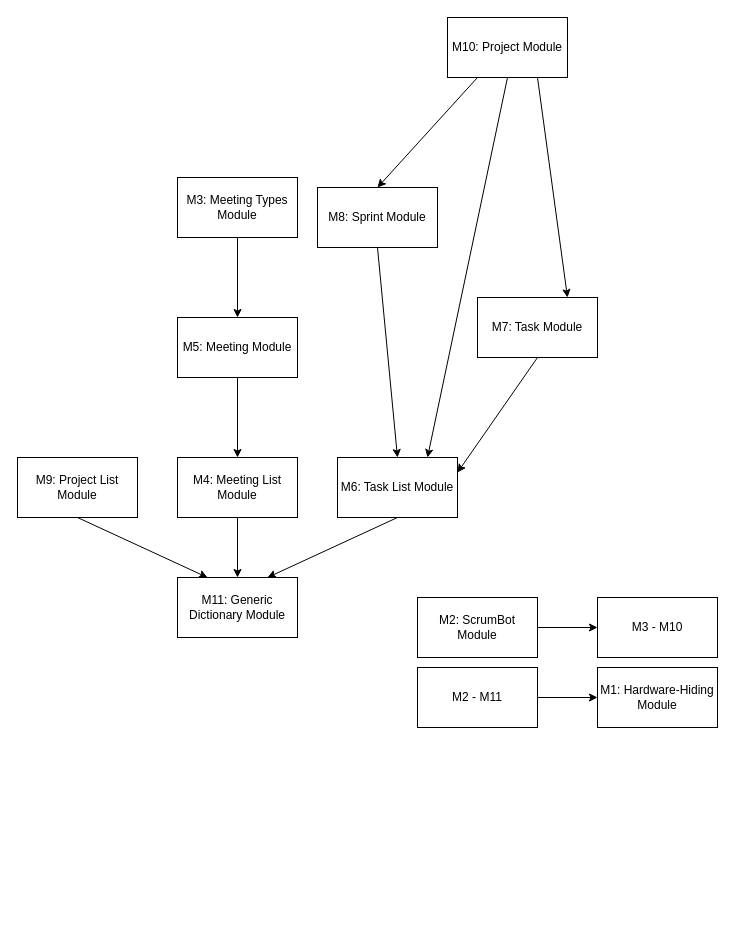
Above: Doc/Design/MG/UsesHierarchy.drawio in arkinmodi/ScrumBot (draw.io), before the change. Source tidied: cells renumbered, new cells numbered last; positions are measured from the earlier drawing's top-left corner, leaving out a move shared by most shapes. Both pictures are drawn from the tidied source at 100%, with x=0, y=0 at pixel (17, 17).
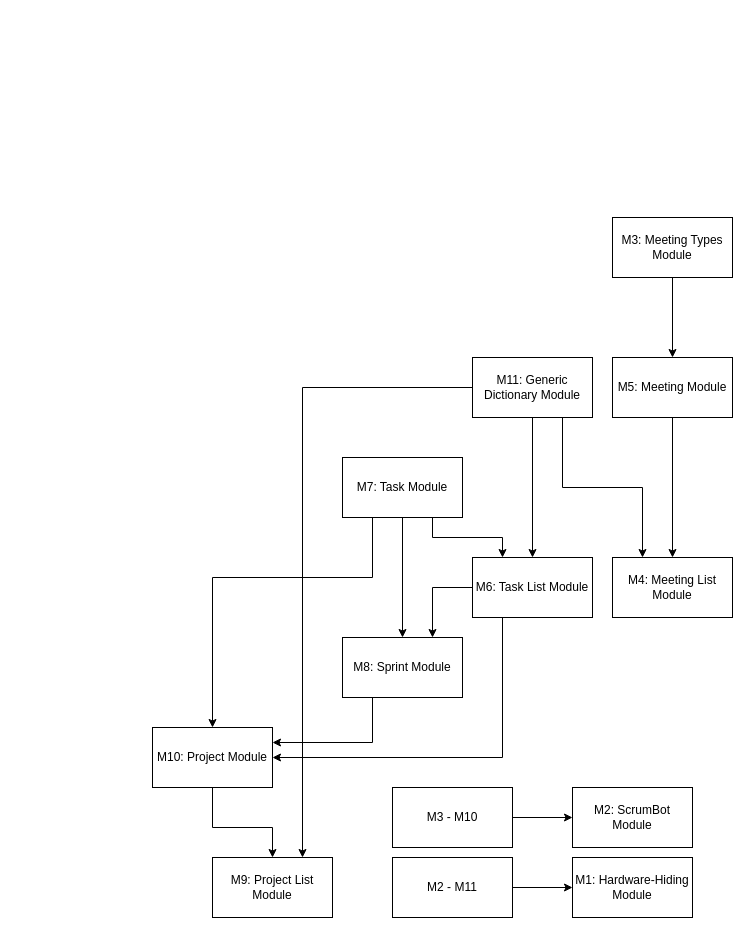
The same page after the edit.

Commit message (it also covers changes not shown here):
Updated uses hierarchy diagram

Change to the diagram source:
```diff
@@
     <mxCell id="2" value="M3: Meeting Types Module" style="rounded=0;whiteSpace=wrap;html=1;" parent="1" vertex="1">
-      <mxGeometry x="160" y="160" width="120" height="60" as="geometry" />
+      <mxGeometry x="595" y="200" width="120" height="60" as="geometry" />
     </mxCell>
     <mxCell id="3" value="M1: Hardware-Hiding Module" style="rounded=0;whiteSpace=wrap;html=1;" parent="1" vertex="1">
-      <mxGeometry x="580" y="650" width="120" height="60" as="geometry" />
+      <mxGeometry x="555" y="840" width="120" height="60" as="geometry" />
     </mxCell>
     <mxCell id="4" value="M4: Meeting List Module" style="rounded=0;whiteSpace=wrap;html=1;" parent="1" vertex="1">
-      <mxGeometry x="160" y="440" width="120" height="60" as="geometry" />
+      <mxGeometry x="595" y="540" width="120" height="60" as="geometry" />
     </mxCell>
     <mxCell id="5" value="M5: Meeting Module" style="rounded=0;whiteSpace=wrap;html=1;" parent="1" vertex="1">
-      <mxGeometry x="160" y="300" width="120" height="60" as="geometry" />
+      <mxGeometry x="595" y="340" width="120" height="60" as="geometry" />
     </mxCell>
-    <mxCell id="6" value="M6: Task List Module" style="rounded=0;whiteSpace=wrap;html=1;" parent="1" vertex="1">
-      <mxGeometry x="320" y="440" width="120" height="60" as="geometry" />
-    </mxCell>
-    <mxCell id="7" value="M7: Task Module" style="rounded=0;whiteSpace=wrap;html=1;" parent="1" vertex="1">
-      <mxGeometry x="460" y="280" width="120" height="60" as="geometry" />
-    </mxCell>
-    <mxCell id="8" value="M8: Sprint Module" style="rounded=0;whiteSpace=wrap;html=1;" parent="1" vertex="1">
-      <mxGeometry x="300" y="170" width="120" height="60" as="geometry" />
-    </mxCell>
     <mxCell id="9" value="M9: Project List Module" style="rounded=0;whiteSpace=wrap;html=1;" parent="1" vertex="1">
-      <mxGeometry y="440" width="120" height="60" as="geometry" />
+      <mxGeometry x="195" y="840" width="120" height="60" as="geometry" />
     </mxCell>
-    <mxCell id="10" value="M10: Project Module" style="rounded=0;whiteSpace=wrap;html=1;" parent="1" vertex="1">
-      <mxGeometry x="430" width="120" height="60" as="geometry" />
-    </mxCell>
     <mxCell id="11" value="M11: Generic Dictionary Module" style="rounded=0;whiteSpace=wrap;html=1;" parent="1" vertex="1">
-      <mxGeometry x="160" y="560" width="120" height="60" as="geometry" />
+      <mxGeometry x="455" y="340" width="120" height="60" as="geometry" />
     </mxCell>
-    <mxCell id="12" style="endArrow=classic;html=1;entryX=0.5;entryY=0;entryDx=0;entryDy=0;exitX=0.5;exitY=1;exitDx=0;exitDy=0;" parent="1" edge="1" source="4" target="11">
-      <mxGeometry relative="1" as="geometry" />
-    </mxCell>
-    <mxCell id="13" style="endArrow=classic;html=1;entryX=0.75;entryY=0;entryDx=0;entryDy=0;exitX=0.5;exitY=1;exitDx=0;exitDy=0;" parent="1" edge="1" source="6" target="11">
-      <mxGeometry relative="1" as="geometry" />
-    </mxCell>
-    <mxCell id="14" style="endArrow=classic;html=1;exitX=0.5;exitY=1;exitDx=0;exitDy=0;entryX=0.5;entryY=0;entryDx=0;entryDy=0;" parent="1" edge="1" source="8" target="6">
-      <mxGeometry relative="1" as="geometry" />
-    </mxCell>
-    <mxCell id="15" style="endArrow=classic;html=1;exitX=0.5;exitY=1;exitDx=0;exitDy=0;entryX=0.25;entryY=0;entryDx=0;entryDy=0;" parent="1" edge="1" source="9" target="11">
-      <mxGeometry relative="1" as="geometry" />
-    </mxCell>
-    <mxCell id="16" style="endArrow=classic;html=1;exitX=0.25;exitY=1;exitDx=0;exitDy=0;entryX=0.5;entryY=0;entryDx=0;entryDy=0;" parent="1" edge="1" source="10" target="8">
-      <mxGeometry relative="1" as="geometry" />
-    </mxCell>
-    <mxCell id="17" style="endArrow=classic;html=1;exitX=0.75;exitY=1;exitDx=0;exitDy=0;entryX=0.75;entryY=0;entryDx=0;entryDy=0;" parent="1" edge="1" source="10" target="7">
-      <mxGeometry relative="1" as="geometry" />
-    </mxCell>
@@
-    <mxCell id="20" style="endArrow=classic;html=1;exitX=0.5;exitY=1;exitDx=0;exitDy=0;entryX=1;entryY=0.25;entryDx=0;entryDy=0;" parent="1" edge="1" source="7" target="6">
-      <mxGeometry relative="1" as="geometry" />
-    </mxCell>
-    <mxCell id="21" style="endArrow=classic;html=1;exitX=0.5;exitY=1;exitDx=0;exitDy=0;entryX=0.75;entryY=0;entryDx=0;entryDy=0;" parent="1" edge="1" source="10" target="6">
-      <mxGeometry relative="1" as="geometry" />
-    </mxCell>
@@
     <mxCell id="23" value="M2 - M11" style="rounded=0;whiteSpace=wrap;html=1;" parent="1" vertex="1">
-      <mxGeometry x="400" y="650" width="120" height="60" as="geometry" />
+      <mxGeometry x="375" y="840" width="120" height="60" as="geometry" />
     </mxCell>
-    <mxCell id="24" value="M2: ScrumBot Module" style="rounded=0;whiteSpace=wrap;html=1;" parent="1" vertex="1">
-      <mxGeometry x="400" y="580" width="120" height="60" as="geometry" />
+    <mxCell id="24" value="M3 - M10" style="rounded=0;whiteSpace=wrap;html=1;" parent="1" vertex="1">
+      <mxGeometry x="375" y="770" width="120" height="60" as="geometry" />
     </mxCell>
@@
-    <mxCell id="26" value="M3 - M10" style="rounded=0;whiteSpace=wrap;html=1;" parent="1" vertex="1">
-      <mxGeometry x="580" y="580" width="120" height="60" as="geometry" />
+    <mxCell id="26" value="&lt;span style=&quot;white-space: normal&quot;&gt;M2: ScrumBot Module&lt;/span&gt;" style="rounded=0;whiteSpace=wrap;html=1;" parent="1" vertex="1">
+      <mxGeometry x="555" y="770" width="120" height="60" as="geometry" />
     </mxCell>
+    <mxCell id="10" value="M10: Project Module" style="rounded=0;whiteSpace=wrap;html=1;" parent="1" vertex="1">
+      <mxGeometry x="135" y="710" width="120" height="60" as="geometry" />
+    </mxCell>
+    <mxCell id="27" style="endArrow=classic;html=1;exitX=0.75;exitY=1;exitDx=0;exitDy=0;entryX=0.25;entryY=0;entryDx=0;entryDy=0;rounded=0;" parent="1" edge="1" source="11" target="4">
+      <mxGeometry relative="1" as="geometry">
+        <Array as="points">
+          <mxPoint x="545" y="470" />
+          <mxPoint x="625" y="470" />
+        </Array>
+      </mxGeometry>
+    </mxCell>
+    <mxCell id="6" value="M6: Task List Module" style="rounded=0;whiteSpace=wrap;html=1;" parent="1" vertex="1">
+      <mxGeometry x="455" y="540" width="120" height="60" as="geometry" />
+    </mxCell>
+    <mxCell id="28" style="endArrow=classic;html=1;exitX=0.5;exitY=1;exitDx=0;exitDy=0;entryX=0.5;entryY=0;entryDx=0;entryDy=0;" parent="1" edge="1" source="11" target="6">
+      <mxGeometry relative="1" as="geometry" />
+    </mxCell>
+    <mxCell id="7" value="M7: Task Module" style="rounded=0;whiteSpace=wrap;html=1;" parent="1" vertex="1">
+      <mxGeometry x="325" y="440" width="120" height="60" as="geometry" />
+    </mxCell>
+    <mxCell id="20" style="endArrow=classic;html=1;entryX=0.25;entryY=0;entryDx=0;entryDy=0;exitX=0.75;exitY=1;exitDx=0;exitDy=0;rounded=0;" parent="1" edge="1" source="7" target="6">
+      <mxGeometry relative="1" as="geometry">
+        <Array as="points">
+          <mxPoint x="415" y="520" />
+          <mxPoint x="485" y="520" />
+        </Array>
+      </mxGeometry>
+    </mxCell>
+    <mxCell id="8" value="M8: Sprint Module" style="rounded=0;whiteSpace=wrap;html=1;" parent="1" vertex="1">
+      <mxGeometry x="325" y="620" width="120" height="60" as="geometry" />
+    </mxCell>
+    <mxCell id="29" style="endArrow=classic;html=1;exitX=0.5;exitY=1;exitDx=0;exitDy=0;entryX=0.5;entryY=0;entryDx=0;entryDy=0;" parent="1" edge="1" source="7" target="8">
+      <mxGeometry relative="1" as="geometry" />
+    </mxCell>
+    <mxCell id="30" style="endArrow=classic;html=1;exitX=0;exitY=0.5;exitDx=0;exitDy=0;entryX=0.75;entryY=0;entryDx=0;entryDy=0;rounded=0;" parent="1" edge="1" source="6" target="8">
+      <mxGeometry relative="1" as="geometry">
+        <Array as="points">
+          <mxPoint x="415" y="570" />
+        </Array>
+      </mxGeometry>
+    </mxCell>
+    <mxCell id="31" style="endArrow=classic;html=1;exitX=0;exitY=0.5;exitDx=0;exitDy=0;entryX=0.75;entryY=0;entryDx=0;entryDy=0;rounded=0;" parent="1" edge="1" source="11" target="9">
+      <mxGeometry relative="1" as="geometry">
+        <Array as="points">
+          <mxPoint x="285" y="370" />
+        </Array>
+      </mxGeometry>
+    </mxCell>
+    <mxCell id="32" style="endArrow=classic;html=1;exitX=0.5;exitY=1;exitDx=0;exitDy=0;entryX=0.5;entryY=0;entryDx=0;entryDy=0;rounded=0;" parent="1" edge="1" source="10" target="9">
+      <mxGeometry relative="1" as="geometry">
+        <Array as="points">
+          <mxPoint x="195" y="810" />
+          <mxPoint x="255" y="810" />
+        </Array>
+      </mxGeometry>
+    </mxCell>
+    <mxCell id="33" style="endArrow=classic;html=1;exitX=0.25;exitY=1;exitDx=0;exitDy=0;entryX=1;entryY=0.5;entryDx=0;entryDy=0;rounded=0;" parent="1" edge="1" source="6" target="10">
+      <mxGeometry relative="1" as="geometry">
+        <Array as="points">
+          <mxPoint x="485" y="740" />
+        </Array>
+      </mxGeometry>
+    </mxCell>
+    <mxCell id="34" style="endArrow=classic;html=1;exitX=0.25;exitY=1;exitDx=0;exitDy=0;entryX=0.5;entryY=0;entryDx=0;entryDy=0;rounded=0;" parent="1" edge="1" source="7" target="10">
+      <mxGeometry relative="1" as="geometry">
+        <Array as="points">
+          <mxPoint x="355" y="560" />
+          <mxPoint x="195" y="560" />
+        </Array>
+      </mxGeometry>
+    </mxCell>
+    <mxCell id="35" style="endArrow=classic;html=1;exitX=0.25;exitY=1;exitDx=0;exitDy=0;entryX=1;entryY=0.25;entryDx=0;entryDy=0;rounded=0;" parent="1" edge="1" source="8" target="10">
+      <mxGeometry relative="1" as="geometry">
+        <Array as="points">
+          <mxPoint x="355" y="725" />
+        </Array>
+      </mxGeometry>
+    </mxCell>
```
